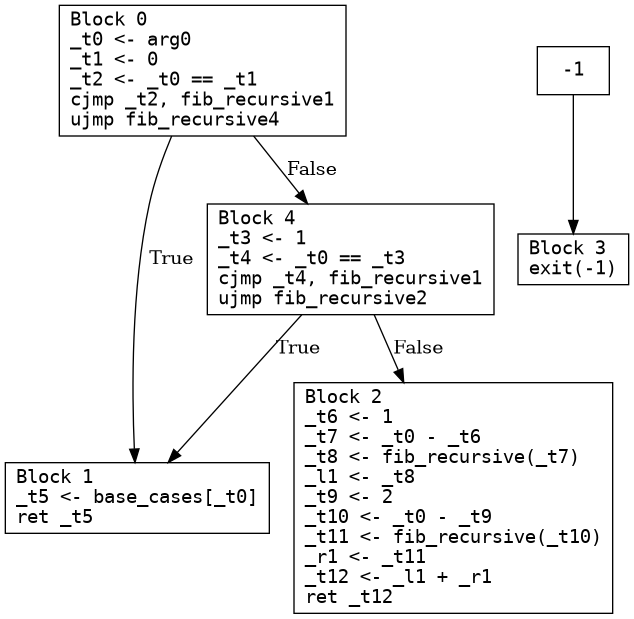
This is fib_recursive.png from seanchuck/compiler-s25, a Graphviz export, as it was before one commit. Its source is kept beside it as fib_recursive.dot.
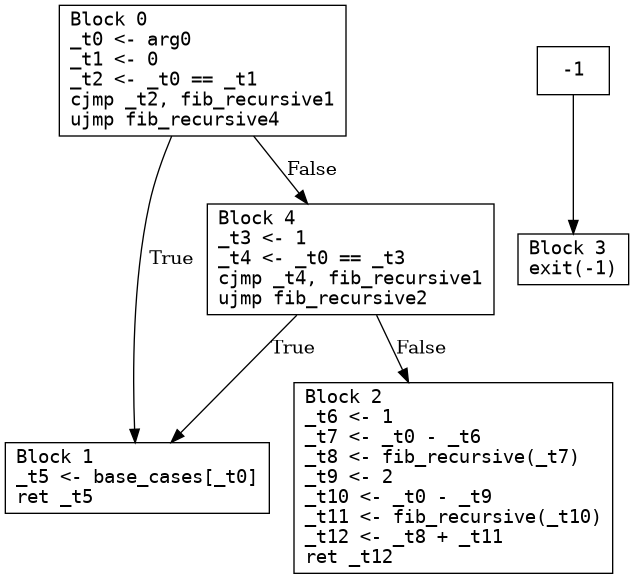
The same file after the commit.

The edit, as a diff of the source:
```diff
@@ -2,7 +2,7 @@
   node [shape=box fontname="monospace"];
   0 [label="Block 0\l_t0 <- arg0\l_t1 <- 0\l_t2 <- _t0 == _t1\lcjmp _t2, fib_recursive1\lujmp fib_recursive4\l"];
   1 [label="Block 1\l_t5 <- base_cases[_t0]\lret _t5\l"];
-  2 [label="Block 2\l_t6 <- 1\l_t7 <- _t0 - _t6\l_t8 <- fib_recursive(_t7)\l_l1 <- _t8\l_t9 <- 2\l_t10 <- _t0 - _t9\l_t11 <- fib_recursive(_t10)\l_r1 <- _t11\l_t12 <- _l1 + _r1\lret _t12\l"];
+  2 [label="Block 2\l_t6 <- 1\l_t7 <- _t0 - _t6\l_t8 <- fib_recursive(_t7)\l_t9 <- 2\l_t10 <- _t0 - _t9\l_t11 <- fib_recursive(_t10)\l_t12 <- _t8 + _t11\lret _t12\l"];
   3 [label="Block 3\lexit(-1)\l"];
   4 [label="Block 4\l_t3 <- 1\l_t4 <- _t0 == _t3\lcjmp _t4, fib_recursive1\lujmp fib_recursive2\l"];
   -1 -> 3 [label=""];
```
